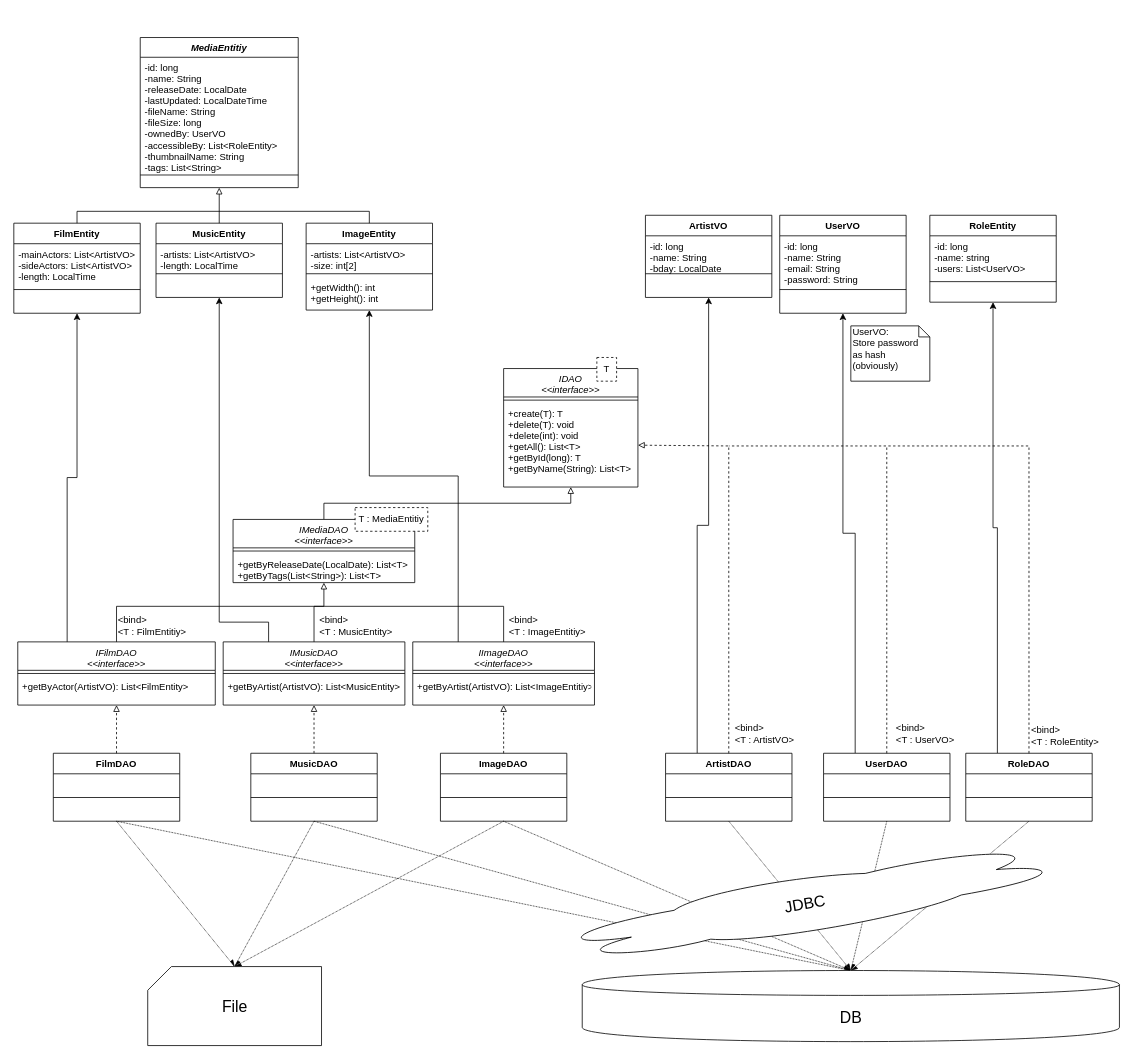
crashkid3000/HomeStream keeps this draw.io diagram as tdoc/db/uml_layered_dao.drawio. Above is the earlier version. Source tidied: cells renumbered, new cells numbered last; positions are measured from the earlier drawing's top-left corner, leaving out a move shared by most shapes. Both pictures are drawn from the tidied source at 79%, with x=0, y=0 at pixel (13, 37).
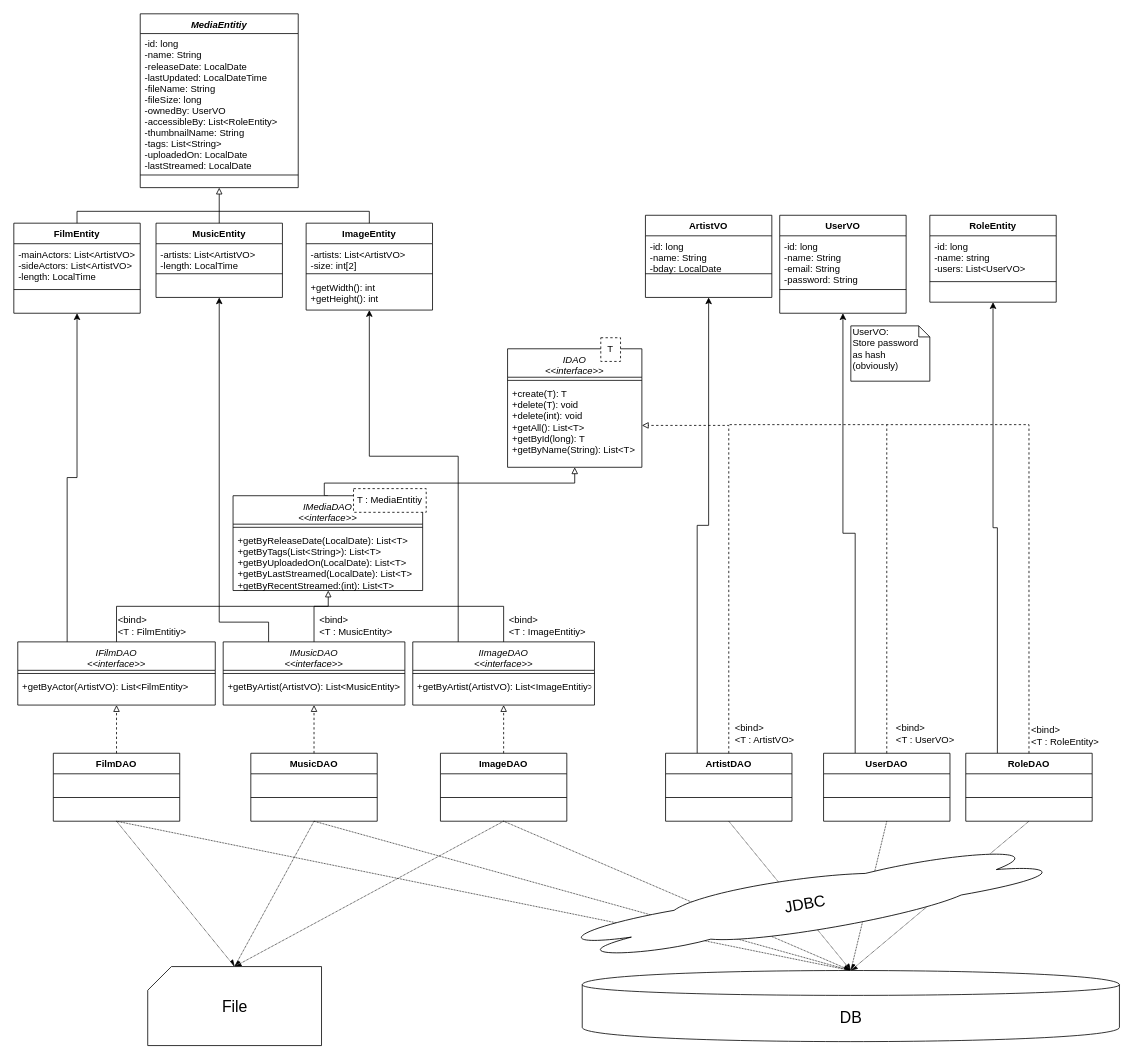
Above is the later version.

The change refers to these unchanged cells:
```xml
<mxCell id="14" value="ImageEntity" style="swimlane;fontStyle=1;align=center;verticalAlign=top;horizontal=1;startSize=26;rounded=0;shadow=0;glass=0;comic=0;gradientColor=none;" parent="1" vertex="1">
  <mxGeometry x="370" y="235" width="160" height="110" as="geometry" />
</mxCell>
<mxCell id="34" value="RoleDAO" style="swimlane;fontStyle=1;align=center;verticalAlign=top;horizontal=1;startSize=26;" parent="1" vertex="1">
  <mxGeometry x="1205" y="906" width="160" height="86" as="geometry" />
</mxCell>
<mxCell id="39" value="UserDAO" style="swimlane;fontStyle=1;align=center;verticalAlign=top;horizontal=1;startSize=26;" parent="1" vertex="1">
  <mxGeometry x="1025" y="906" width="160" height="86" as="geometry" />
</mxCell>
<mxCell id="44" value="ArtistDAO" style="swimlane;fontStyle=1;align=center;verticalAlign=top;horizontal=1;startSize=26;" parent="1" vertex="1">
  <mxGeometry x="825" y="906" width="160" height="86" as="geometry" />
</mxCell>
<mxCell id="77" value="+create(T): T&#10;+delete(T): void&#10;+delete(int): void&#10;+getAll(): List&lt;T&gt;&#10;+getById(long): T&#10;+getByName(String): List&lt;T&gt;" style="text;strokeColor=none;fillColor=none;align=left;verticalAlign=top;spacingLeft=4;spacingRight=4;overflow=hidden;points=[[0,0.5],[1,0.5]];portConstraint=eastwest;" parent="75" vertex="1">
  <mxGeometry y="44" width="170" height="106" as="geometry" />
</mxCell>
<mxCell id="88" value="IMusicDAO&#10;&lt;&lt;interface&gt;&gt;&#10;" style="swimlane;fontStyle=2;align=center;verticalAlign=top;horizontal=1;startSize=36;rounded=0;shadow=0;glass=0;comic=0;gradientColor=none;" parent="1" vertex="1">
  <mxGeometry x="265" y="765" width="230" height="80" as="geometry" />
</mxCell>
<mxCell id="91" value="IImageDAO&#10;&lt;&lt;interface&gt;&gt;&#10;" style="swimlane;fontStyle=2;align=center;verticalAlign=top;horizontal=1;startSize=36;rounded=0;shadow=0;glass=0;comic=0;gradientColor=none;" parent="1" vertex="1">
  <mxGeometry x="505" y="765" width="230" height="80" as="geometry" />
</mxCell>
```

Diff of the diagram source:
```diff
@@
     <mxCell id="30" style="endArrow=classic;html=1;entryX=0.5;entryY=1;entryDx=0;entryDy=0;exitX=0.25;exitY=0;exitDx=0;exitDy=0;rounded=0;edgeStyle=orthogonalEdgeStyle;" parent="1" edge="1" source="91" target="14">
-      <mxGeometry relative="1" as="geometry" />
+      <mxGeometry relative="1" as="geometry">
+        <Array as="points">
+          <mxPoint x="563" y="530" />
+          <mxPoint x="450" y="530" />
+        </Array>
+      </mxGeometry>
     </mxCell>
@@
     <mxCell id="66" style="endArrow=none;html=1;exitX=0.5;exitY=0;exitDx=0;exitDy=0;endFill=0;dashed=1;rounded=0;edgeStyle=orthogonalEdgeStyle;" parent="1" edge="1" source="34">
       <mxGeometry relative="1" as="geometry">
-        <mxPoint x="1105" y="517" as="targetPoint" />
+        <mxPoint x="1105" y="490" as="targetPoint" />
         <Array as="points">
-          <mxPoint x="1285" y="517" />
+          <mxPoint x="1285" y="490" />
+          <mxPoint x="1105" y="490" />
         </Array>
       </mxGeometry>
     </mxCell>
@@
     <mxCell id="70" style="endArrow=block;html=1;exitX=0.5;exitY=0;exitDx=0;exitDy=0;endFill=0;dashed=1;rounded=0;entryX=1;entryY=0.5;entryDx=0;entryDy=0;" parent="1" edge="1" source="44" target="77">
       <mxGeometry relative="1" as="geometry">
         <Array as="points">
-          <mxPoint x="905" y="517" />
+          <mxPoint x="905" y="491" />
         </Array>
       </mxGeometry>
     </mxCell>
     <mxCell id="71" style="endArrow=none;html=1;exitX=0.5;exitY=0;exitDx=0;exitDy=0;endFill=0;dashed=1;rounded=0;" parent="1" edge="1" source="39">
       <mxGeometry relative="1" as="geometry">
-        <mxPoint x="905" y="517" as="targetPoint" />
+        <mxPoint x="905" y="490" as="targetPoint" />
         <Array as="points">
-          <mxPoint x="1105" y="517" />
+          <mxPoint x="1105" y="490" />
         </Array>
       </mxGeometry>
     </mxCell>
@@
     <mxCell id="75" value="IDAO&#10;&lt;&lt;interface&gt;&gt;&#10;" style="swimlane;fontStyle=2;align=center;verticalAlign=top;horizontal=1;startSize=36;rounded=0;shadow=0;glass=0;comic=0;gradientColor=none;" parent="1" vertex="1">
-      <mxGeometry x="620" y="419" width="170" height="150" as="geometry" />
+      <mxGeometry x="625" y="394" width="170" height="150" as="geometry" />
     </mxCell>
@@
     <mxCell id="78" value="T" style="rounded=0;whiteSpace=wrap;html=1;dashed=1;" parent="1" vertex="1">
-      <mxGeometry x="738" y="405" width="25" height="30" as="geometry" />
+      <mxGeometry x="743" y="380" width="25" height="30" as="geometry" />
     </mxCell>
-    <mxCell id="79" style="edgeStyle=orthogonalEdgeStyle;rounded=0;jettySize=auto;html=1;exitX=0.5;exitY=0;exitDx=0;exitDy=0;entryX=0.5;entryY=1;entryDx=0;entryDy=0;endArrow=block;endFill=0;" parent="1" edge="1" source="80" target="75">
-      <mxGeometry relative="1" as="geometry" />
+    <mxCell id="79" style="rounded=0;jettySize=auto;html=1;exitX=0.5;exitY=0;exitDx=0;exitDy=0;entryX=0.5;entryY=1;entryDx=0;entryDy=0;endArrow=block;endFill=0;edgeStyle=orthogonalEdgeStyle;" parent="1" edge="1" source="80" target="75">
+      <mxGeometry relative="1" as="geometry">
+        <Array as="points">
+          <mxPoint x="393" y="564" />
+          <mxPoint x="710" y="564" />
+        </Array>
+      </mxGeometry>
     </mxCell>
     <mxCell id="80" value="IMediaDAO&#10;&lt;&lt;interface&gt;&gt;&#10;" style="swimlane;fontStyle=2;align=center;verticalAlign=top;horizontal=1;startSize=36;rounded=0;shadow=0;glass=0;comic=0;gradientColor=none;" parent="1" vertex="1">
-      <mxGeometry x="277.5" y="610" width="230" height="80" as="geometry" />
+      <mxGeometry x="277.5" y="580" width="240" height="120" as="geometry" />
     </mxCell>
     <mxCell id="81" style="line;strokeWidth=1;fillColor=none;align=left;verticalAlign=middle;spacingTop=-1;spacingLeft=3;spacingRight=3;labelPosition=right;" parent="80" vertex="1">
-      <mxGeometry y="36" width="230" height="8" as="geometry" />
+      <mxGeometry y="36" width="240" height="8" as="geometry" />
     </mxCell>
-    <mxCell id="82" value="+getByReleaseDate(LocalDate): List&lt;T&gt;&#10;+getByTags(List&lt;String&gt;): List&lt;T&gt;&#10;" style="text;strokeColor=none;fillColor=none;align=left;verticalAlign=top;spacingLeft=4;spacingRight=4;overflow=hidden;" parent="80" vertex="1">
-      <mxGeometry y="44" width="230" height="36" as="geometry" />
+    <mxCell id="82" value="+getByReleaseDate(LocalDate): List&lt;T&gt;&#10;+getByTags(List&lt;String&gt;): List&lt;T&gt;&#10;+getByUploadedOn(LocalDate): List&lt;T&gt;&#10;+getByLastStreamed(LocalDate): List&lt;T&gt;&#10;+getByRecentStreamed:(int): List&lt;T&gt;&#10;&#10;" style="text;strokeColor=none;fillColor=none;align=left;verticalAlign=top;spacingLeft=4;spacingRight=4;overflow=hidden;" parent="80" vertex="1">
+      <mxGeometry y="44" width="240" height="76" as="geometry" />
     </mxCell>
     <mxCell id="83" value="T : MediaEntitiy" style="rounded=0;whiteSpace=wrap;html=1;dashed=1;" parent="1" vertex="1">
-      <mxGeometry x="432" y="595" width="92" height="30" as="geometry" />
+      <mxGeometry x="430" y="571" width="92" height="30" as="geometry" />
     </mxCell>
@@
-    <mxCell id="87" style="edgeStyle=orthogonalEdgeStyle;rounded=0;jettySize=auto;html=1;exitX=0.5;exitY=0;exitDx=0;exitDy=0;entryX=0.5;entryY=1;entryDx=0;entryDy=0;endArrow=block;endFill=0;" parent="1" edge="1" source="88" target="80">
+    <mxCell id="87" style="edgeStyle=orthogonalEdgeStyle;rounded=0;jettySize=auto;html=1;exitX=0.5;exitY=0;exitDx=0;exitDy=0;endArrow=block;endFill=0;" parent="1" edge="1" source="88">
       <mxGeometry relative="1" as="geometry">
+        <mxPoint x="398" y="700" as="targetPoint" />
         <Array as="points">
           <mxPoint x="380" y="720" />
-          <mxPoint x="393" y="720" />
+          <mxPoint x="398" y="720" />
         </Array>
       </mxGeometry>
     </mxCell>
@@
     <mxCell id="100" value="MediaEntitiy&#10;" style="swimlane;fontStyle=3;align=center;verticalAlign=top;horizontal=1;startSize=25;gradientColor=none;" parent="1" vertex="1">
-      <mxGeometry x="160" width="200" height="190" as="geometry" />
+      <mxGeometry x="160" y="-30" width="200" height="220" as="geometry" />
     </mxCell>
-    <mxCell id="101" value="-id: long&#10;-name: String&#10;-releaseDate: LocalDate&#10;-lastUpdated: LocalDateTime&#10;-fileName: String&#10;-fileSize: long&#10;-ownedBy: UserVO&#10;-accessibleBy: List&lt;RoleEntity&gt;&#10;-thumbnailName: String&#10;-tags: List&lt;String&gt;&#10;&#10;&#10;" style="text;strokeColor=none;fillColor=none;align=left;verticalAlign=top;spacingLeft=4;spacingRight=4;overflow=hidden;" parent="100" vertex="1">
-      <mxGeometry y="25" width="200" height="145" as="geometry" />
+    <mxCell id="101" value="-id: long&#10;-name: String&#10;-releaseDate: LocalDate&#10;-lastUpdated: LocalDateTime&#10;-fileName: String&#10;-fileSize: long&#10;-ownedBy: UserVO&#10;-accessibleBy: List&lt;RoleEntity&gt;&#10;-thumbnailName: String&#10;-tags: List&lt;String&gt;&#10;-uploadedOn: LocalDate&#10;-lastStreamed: LocalDate&#10;&#10;&#10;&#10;" style="text;strokeColor=none;fillColor=none;align=left;verticalAlign=top;spacingLeft=4;spacingRight=4;overflow=hidden;" parent="100" vertex="1">
+      <mxGeometry y="25" width="200" height="175" as="geometry" />
     </mxCell>
     <mxCell id="102" style="line;strokeWidth=1;fillColor=none;align=left;verticalAlign=middle;spacingTop=-1;spacingLeft=3;spacingRight=3;labelPosition=right;" parent="100" vertex="1">
-      <mxGeometry y="170" width="200" height="8" as="geometry" />
+      <mxGeometry y="200" width="200" height="8" as="geometry" />
     </mxCell>
     <mxCell id="103" value=" " style="text;strokeColor=none;fillColor=none;align=left;verticalAlign=top;spacingLeft=4;spacingRight=4;overflow=hidden;" parent="100" vertex="1">
-      <mxGeometry y="178" width="200" height="12" as="geometry" />
+      <mxGeometry y="208" width="200" height="12" as="geometry" />
     </mxCell>
```
